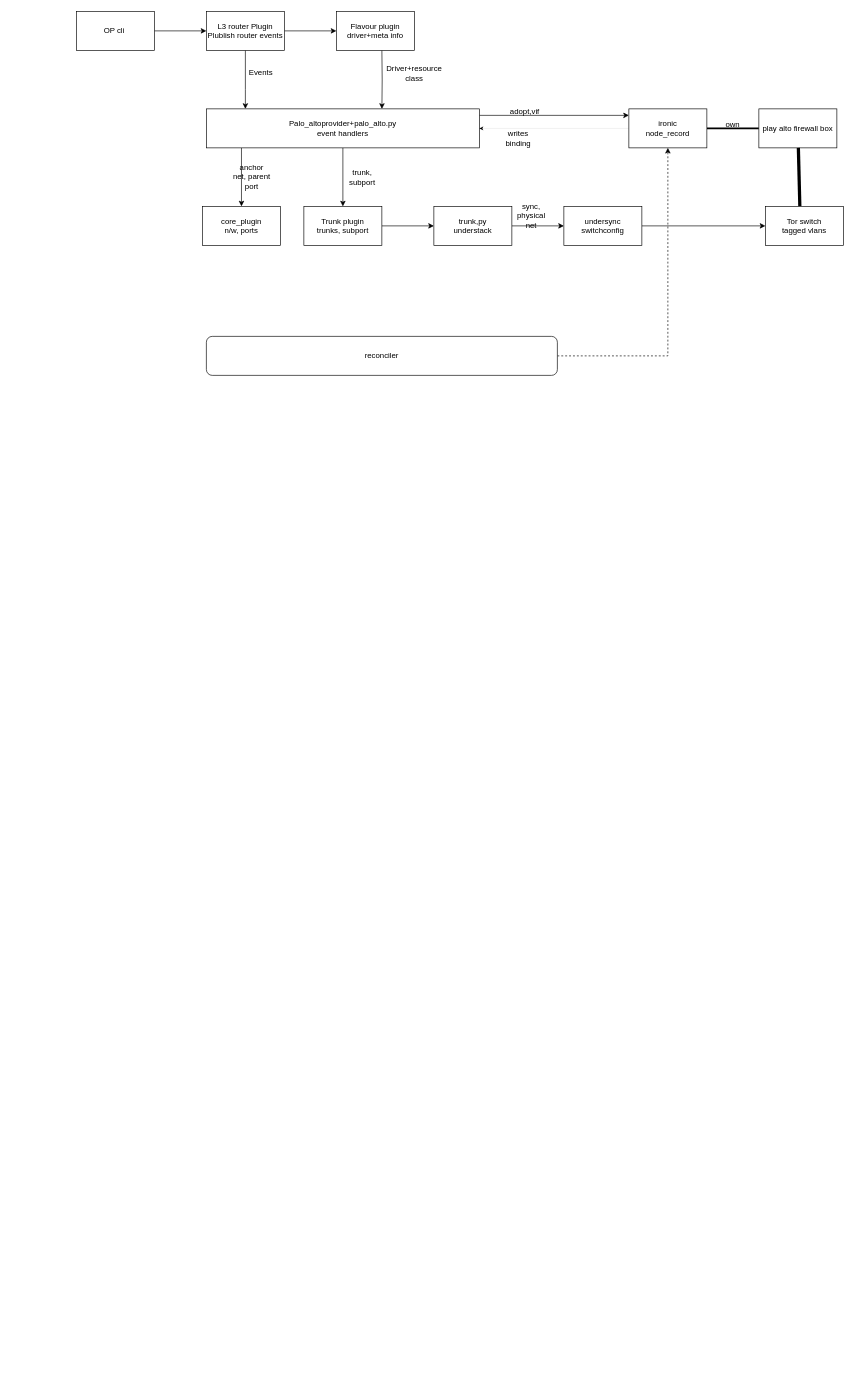
This is palo.drawio from nidzrai/Flows, a draw.io file, before an edit. Source tidied: cells renumbered, new cells numbered last; positions are measured from the earlier drawing's top-left corner, leaving out a move shared by most shapes. Both pictures are drawn from the tidied source at 65%, with x=0, y=0 at pixel (76, 11).
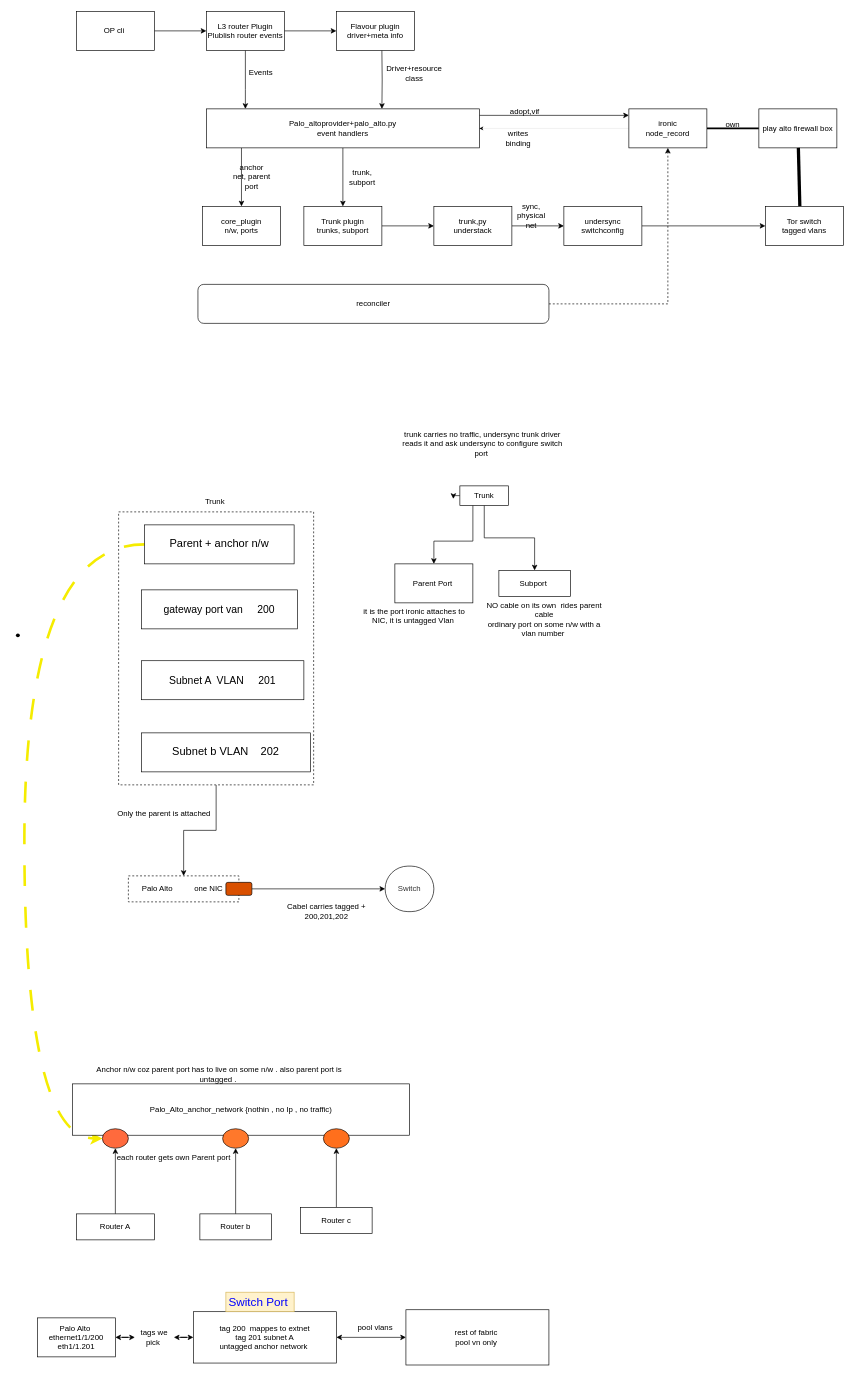
Above is the later version.

Change to the diagram source:
```diff
@@
     <mxCell id="27" value="reconciler" style="rounded=1;whiteSpace=wrap;html=1;" parent="1" vertex="1">
-      <mxGeometry x="200" y="500" width="540" height="60" as="geometry" />
+      <mxGeometry x="187" y="420" width="540" height="60" as="geometry" />
     </mxCell>
@@
+    <mxCell id="36" style="edgeStyle=orthogonalEdgeStyle;rounded=0;jettySize=auto;html=1;fontFamily=Trebuchet MS,Verdana,Arial,sans-serif;fontSize=16;fontColor=light-dark(#333333,#cccccc);" parent="1" edge="1" source="37" target="43">
+      <mxGeometry relative="1" as="geometry" />
+    </mxCell>
+    <mxCell id="37" style="rounded=0;whiteSpace=wrap;html=1;dashed=1;" parent="1" vertex="1">
+      <mxGeometry x="65" y="770" width="300" height="420" as="geometry" />
+    </mxCell>
+    <mxCell id="38" style="edgeStyle=orthogonalEdgeStyle;rounded=0;jettySize=auto;html=1;fontFamily=Trebuchet MS,Verdana,Arial,sans-serif;fontSize=16;fontColor=light-dark(#333333,#cccccc);curved=1;dashed=1;dashPattern=8 8;strokeWidth=4;strokeColor=light-dark(#f5ec00, #ededed);" parent="1" edge="1" source="39" target="67">
+      <mxGeometry relative="1" as="geometry">
+        <Array as="points">
+          <mxPoint x="-80" y="820" />
+          <mxPoint x="-80" y="1734" />
+        </Array>
+      </mxGeometry>
+    </mxCell>
+    <mxCell id="39" value="Parent + anchor n/w" style="rounded=0;whiteSpace=wrap;html=1;fontSize=17;" parent="1" vertex="1">
+      <mxGeometry x="105" y="790" width="230" height="60" as="geometry" />
+    </mxCell>
+    <mxCell id="40" value="&lt;font style=&quot;font-size: 16px;&quot;&gt;gateway port van &amp;nbsp; &amp;nbsp; 200&lt;/font&gt;" style="rounded=0;whiteSpace=wrap;html=1;" parent="1" vertex="1">
+      <mxGeometry x="100" y="890" width="240" height="60" as="geometry" />
+    </mxCell>
+    <mxCell id="41" value="&lt;font style=&quot;font-size: 16px;&quot;&gt;Subnet A &amp;nbsp;VLAN &amp;nbsp; &amp;nbsp; 201&lt;/font&gt;" style="rounded=0;whiteSpace=wrap;html=1;" parent="1" vertex="1">
+      <mxGeometry x="100" y="999" width="250" height="60" as="geometry" />
+    </mxCell>
+    <mxCell id="42" value="&lt;font style=&quot;font-size: 17px;&quot;&gt;Subnet b VLAN &amp;nbsp; &amp;nbsp;202&lt;/font&gt;" style="rounded=0;whiteSpace=wrap;html=1;" parent="1" vertex="1">
+      <mxGeometry x="100" y="1110" width="260" height="60" as="geometry" />
+    </mxCell>
+    <mxCell id="43" value="Palo Alto &amp;nbsp; &amp;nbsp; &amp;nbsp; &amp;nbsp; &amp;nbsp;one NIC&amp;nbsp;" style="rounded=0;whiteSpace=wrap;html=1;dashed=1;" parent="1" vertex="1">
+      <mxGeometry x="80" y="1330" width="170" height="40" as="geometry" />
+    </mxCell>
+    <mxCell id="44" style="edgeStyle=orthogonalEdgeStyle;rounded=0;jettySize=auto;html=1;fontFamily=Trebuchet MS,Verdana,Arial,sans-serif;fontSize=16;fontColor=light-dark(#333333,#cccccc);" parent="1" edge="1" source="45" target="46">
+      <mxGeometry relative="1" as="geometry" />
+    </mxCell>
+    <mxCell id="45" style="rounded=1;whiteSpace=wrap;html=1;labelBackgroundColor=#00994D;labelBorderColor=light-dark(#fffb00, #ededed);fontColor=light-dark(#791a3e, #ededed);textOpacity=80;fillColor=light-dark(#d95000, #ededed);" parent="1" vertex="1">
+      <mxGeometry x="230" y="1340" width="40" height="20" as="geometry" />
+    </mxCell>
+    <mxCell id="46" value="Switch" style="rounded=1;whiteSpace=wrap;html=1;labelBackgroundColor=none;labelBorderColor=none;fontColor=light-dark(#000000,#EDEDED);textOpacity=80;fillColor=light-dark(#ffffff, #ededed);arcSize=50;" parent="1" vertex="1">
+      <mxGeometry x="475" y="1315" width="75" height="70" as="geometry" />
+    </mxCell>
+    <mxCell id="47" value="Only the parent is attached" style="text;html=1;whiteSpace=wrap;strokeColor=none;fillColor=none;align=center;verticalAlign=middle;rounded=0;" parent="1" vertex="1">
+      <mxGeometry x="60" y="1220" width="150" height="30" as="geometry" />
+    </mxCell>
+    <mxCell id="48" value="Cabel carries tagged + 200,201,202" style="text;html=1;whiteSpace=wrap;strokeColor=none;fillColor=none;align=center;verticalAlign=middle;rounded=0;" parent="1" vertex="1">
+      <mxGeometry x="300" y="1370" width="170" height="30" as="geometry" />
+    </mxCell>
+    <mxCell id="49" value="Trunk&amp;nbsp;" style="text;html=1;whiteSpace=wrap;strokeColor=none;fillColor=none;align=center;verticalAlign=middle;rounded=0;" parent="1" vertex="1">
+      <mxGeometry x="105" y="740" width="220" height="30" as="geometry" />
+    </mxCell>
+    <mxCell id="50" style="edgeStyle=orthogonalEdgeStyle;rounded=0;jettySize=auto;html=1;fontFamily=Trebuchet MS,Verdana,Arial,sans-serif;fontSize=16;fontColor=light-dark(#333333,#cccccc);" parent="1" edge="1" source="53" target="54">
+      <mxGeometry relative="1" as="geometry">
+        <Array as="points">
+          <mxPoint x="610" y="815" />
+          <mxPoint x="550" y="815" />
+        </Array>
+      </mxGeometry>
+    </mxCell>
+    <mxCell id="51" style="edgeStyle=orthogonalEdgeStyle;rounded=0;jettySize=auto;html=1;fontFamily=Trebuchet MS,Verdana,Arial,sans-serif;fontSize=16;fontColor=light-dark(#333333,#cccccc);" parent="1" edge="1" source="53" target="55">
+      <mxGeometry relative="1" as="geometry" />
+    </mxCell>
+    <mxCell id="52" style="edgeStyle=orthogonalEdgeStyle;rounded=0;jettySize=auto;html=1;exitX=0;exitY=0.5;exitDx=0;exitDy=0;fontFamily=Trebuchet MS,Verdana,Arial,sans-serif;fontSize=16;fontColor=light-dark(#333333,#cccccc);" parent="1" edge="1" source="53">
+      <mxGeometry relative="1" as="geometry">
+        <mxPoint x="580" y="750" as="targetPoint" />
+      </mxGeometry>
+    </mxCell>
+    <mxCell id="53" value="Trunk" style="whiteSpace=wrap;html=1;" parent="1" vertex="1">
+      <mxGeometry x="590" y="730" width="75" height="30" as="geometry" />
+    </mxCell>
+    <mxCell id="54" value="Parent Port&amp;nbsp;" style="whiteSpace=wrap;html=1;" parent="1" vertex="1">
+      <mxGeometry x="490" y="850" width="120" height="60" as="geometry" />
+    </mxCell>
+    <mxCell id="55" value="Subport&amp;nbsp;" style="whiteSpace=wrap;html=1;" parent="1" vertex="1">
+      <mxGeometry x="650" y="860" width="110" height="40" as="geometry" />
+    </mxCell>
+    <mxCell id="56" value="it is the port ironic attaches to NIC, it is untagged Vlan&amp;nbsp;" style="text;html=1;whiteSpace=wrap;strokeColor=none;fillColor=none;align=center;verticalAlign=middle;rounded=0;" parent="1" vertex="1">
+      <mxGeometry x="430" y="890" width="180" height="79" as="geometry" />
+    </mxCell>
+    <mxCell id="57" value="NO cable on its own &amp;nbsp;rides parent cable&lt;div&gt;ordinary port on some n/w with a vlan number&amp;nbsp;&lt;/div&gt;" style="text;html=1;whiteSpace=wrap;strokeColor=none;fillColor=none;align=center;verticalAlign=middle;rounded=0;" parent="1" vertex="1">
+      <mxGeometry x="620" y="920" width="200" height="30" as="geometry" />
+    </mxCell>
+    <mxCell id="58" value="trunk carries no traffic, undersync trunk driver reads it and ask undersync to configure switch port&amp;nbsp;" style="text;html=1;whiteSpace=wrap;strokeColor=none;fillColor=none;align=center;verticalAlign=middle;rounded=0;" parent="1" vertex="1">
+      <mxGeometry x="490" y="650" width="270" height="30" as="geometry" />
+    </mxCell>
+    <mxCell id="59" value="Palo_Alto_anchor_network {nothin , no Ip , no traffic)" style="rounded=0;whiteSpace=wrap;html=1;" parent="1" vertex="1">
+      <mxGeometry x="-6" y="1650" width="518.5" height="79" as="geometry" />
+    </mxCell>
+    <mxCell id="60" value="Anchor n/w coz parent port has to live on some n/w . also parent port is untagged .&amp;nbsp;" style="text;html=1;whiteSpace=wrap;strokeColor=none;fillColor=none;align=center;verticalAlign=middle;rounded=0;" parent="1" vertex="1">
+      <mxGeometry x="25" y="1620" width="390" height="30" as="geometry" />
+    </mxCell>
+    <mxCell id="61" style="edgeStyle=orthogonalEdgeStyle;rounded=0;jettySize=auto;html=1;fontFamily=Trebuchet MS,Verdana,Arial,sans-serif;fontSize=16;fontColor=light-dark(#333333,#cccccc);" parent="1" edge="1" source="62" target="67">
+      <mxGeometry relative="1" as="geometry" />
+    </mxCell>
+    <mxCell id="62" value="Router A" style="whiteSpace=wrap;html=1;" parent="1" vertex="1">
+      <mxGeometry y="1850" width="120" height="40" as="geometry" />
+    </mxCell>
+    <mxCell id="63" style="edgeStyle=orthogonalEdgeStyle;rounded=0;jettySize=auto;html=1;fontFamily=Trebuchet MS,Verdana,Arial,sans-serif;fontSize=16;fontColor=light-dark(#333333,#cccccc);" parent="1" edge="1" source="64" target="68">
+      <mxGeometry relative="1" as="geometry" />
+    </mxCell>
+    <mxCell id="64" value="Router b" style="whiteSpace=wrap;html=1;" parent="1" vertex="1">
+      <mxGeometry x="190" y="1850" width="110" height="40" as="geometry" />
+    </mxCell>
+    <mxCell id="65" style="edgeStyle=orthogonalEdgeStyle;rounded=0;jettySize=auto;html=1;fontFamily=Trebuchet MS,Verdana,Arial,sans-serif;fontSize=16;fontColor=light-dark(#333333,#cccccc);" parent="1" edge="1" source="66" target="69">
+      <mxGeometry relative="1" as="geometry" />
+    </mxCell>
+    <mxCell id="66" value="Router c" style="whiteSpace=wrap;html=1;" parent="1" vertex="1">
+      <mxGeometry x="345" y="1840" width="110" height="40" as="geometry" />
+    </mxCell>
+    <mxCell id="67" style="ellipse;whiteSpace=wrap;html=1;shapeInside=1;fillColor=#FF6A3D;" parent="1" vertex="1">
+      <mxGeometry x="40" y="1719" width="40" height="30" as="geometry" />
+    </mxCell>
+    <mxCell id="68" style="ellipse;whiteSpace=wrap;html=1;shapeInside=1;fillColor=#FF782B;" parent="1" vertex="1">
+      <mxGeometry x="225" y="1719" width="40" height="30" as="geometry" />
+    </mxCell>
+    <mxCell id="69" style="ellipse;whiteSpace=wrap;html=1;shapeInside=1;fillColor=#FF6F1C;" parent="1" vertex="1">
+      <mxGeometry x="380" y="1719" width="40" height="30" as="geometry" />
+    </mxCell>
+    <mxCell id="70" value="each router gets own Parent port" style="text;html=1;whiteSpace=wrap;strokeColor=none;fillColor=none;align=center;verticalAlign=middle;rounded=0;" parent="1" vertex="1">
+      <mxGeometry x="40" y="1749" width="220" height="30" as="geometry" />
+    </mxCell>
+    <mxCell id="71" style="shape=waypoint;sketch=0;size=6;fillColor=default;perimeter=centerPerimeter;fontSize=17;rounded=0;" parent="1" vertex="1">
+      <mxGeometry x="-100" y="950" width="20" height="20" as="geometry" />
+    </mxCell>
+    <mxCell id="72" style="edgeStyle=orthogonalEdgeStyle;rounded=0;jettySize=auto;html=1;fontFamily=Trebuchet MS,Verdana,Arial,sans-serif;fontSize=16;fontColor=light-dark(#333333,#cccccc);startArrow=classic;startFill=1;" parent="1" edge="1" source="80" target="75">
+      <mxGeometry relative="1" as="geometry" />
+    </mxCell>
+    <mxCell id="73" value="Palo Alto&amp;nbsp;&lt;div&gt;ethernet1/1/200&lt;/div&gt;&lt;div&gt;eth1/1.201&lt;/div&gt;" style="rounded=0;whiteSpace=wrap;html=1;" parent="1" vertex="1">
+      <mxGeometry x="-60" y="2010" width="120" height="60" as="geometry" />
+    </mxCell>
+    <mxCell id="74" style="edgeStyle=orthogonalEdgeStyle;rounded=0;jettySize=auto;html=1;fontFamily=Trebuchet MS,Verdana,Arial,sans-serif;fontSize=16;fontColor=light-dark(#333333,#cccccc);startArrow=classic;startFill=1;" parent="1" edge="1" source="75" target="76">
+      <mxGeometry relative="1" as="geometry" />
+    </mxCell>
+    <mxCell id="75" value="tag 200 &amp;nbsp;mappes to extnet&lt;div&gt;tag 201 subnet A&lt;div&gt;untagged anchor network&amp;nbsp;&lt;/div&gt;&lt;/div&gt;" style="rounded=0;whiteSpace=wrap;html=1;" parent="1" vertex="1">
+      <mxGeometry x="180" y="2000.5" width="220" height="79" as="geometry" />
+    </mxCell>
+    <mxCell id="76" value="rest of fabric&amp;nbsp;&lt;div&gt;pool vn only&amp;nbsp;&lt;/div&gt;" style="rounded=0;whiteSpace=wrap;html=1;" parent="1" vertex="1">
+      <mxGeometry x="507" y="1997.5" width="220" height="85" as="geometry" />
+    </mxCell>
+    <mxCell id="77" value="Switch Port&amp;nbsp;" style="text;html=1;whiteSpace=wrap;strokeColor=#d6b656;fillColor=#fff2cc;align=center;verticalAlign=middle;rounded=0;fontSize=18;fontColor=#0000FF;" parent="1" vertex="1">
+      <mxGeometry x="230" y="1970.5" width="105" height="30" as="geometry" />
+    </mxCell>
+    <mxCell id="78" value="pool vlans" style="text;html=1;whiteSpace=wrap;strokeColor=none;fillColor=none;align=center;verticalAlign=middle;rounded=0;" parent="1" vertex="1">
+      <mxGeometry x="430" y="2010" width="60" height="30" as="geometry" />
+    </mxCell>
+    <mxCell id="79" style="edgeStyle=orthogonalEdgeStyle;rounded=0;jettySize=auto;html=1;fontFamily=Trebuchet MS,Verdana,Arial,sans-serif;fontSize=16;fontColor=light-dark(#333333,#cccccc);startArrow=classic;startFill=1;" parent="1" edge="1" source="73" target="80">
+      <mxGeometry relative="1" as="geometry" />
+    </mxCell>
+    <mxCell id="80" value="tags we pick&amp;nbsp;" style="text;html=1;whiteSpace=wrap;strokeColor=none;fillColor=none;align=center;verticalAlign=middle;rounded=0;" parent="1" vertex="1">
+      <mxGeometry x="90" y="2025" width="60" height="30" as="geometry" />
+    </mxCell>
```
